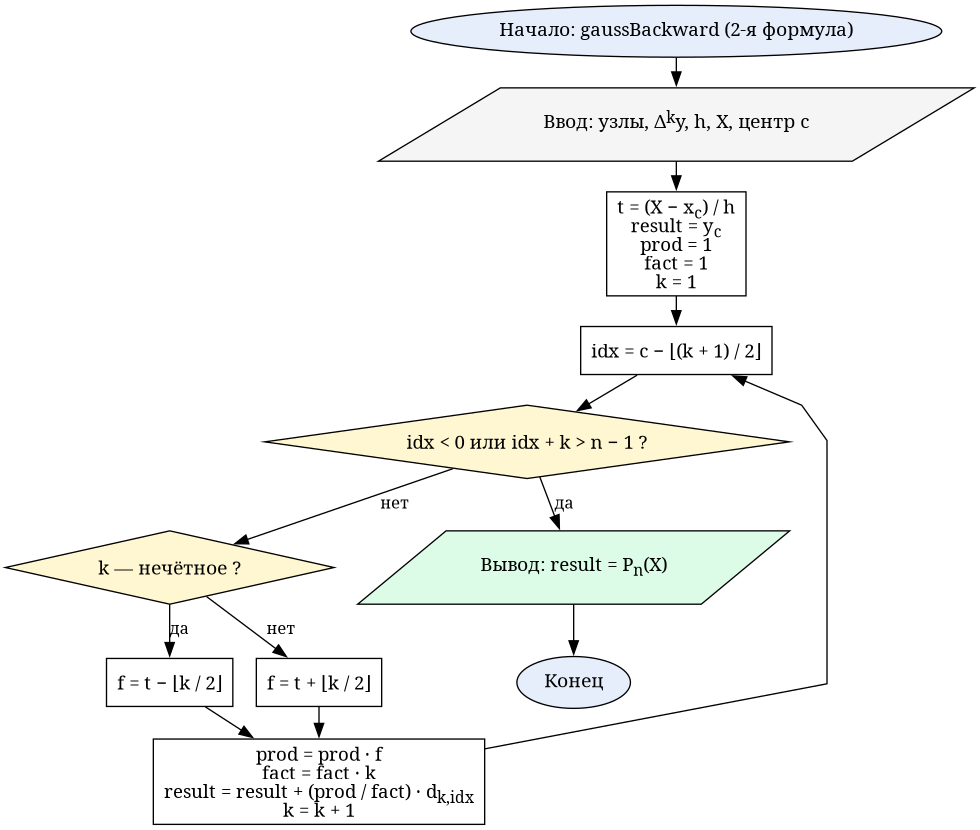
Oriptal/calc-math-lab2 keeps this Graphviz diagram as reports/resources/flowcharts/lab5_gauss2.png. Above is the earlier version. Its source is kept beside it as reports/resources/flowcharts/lab5_gauss2.dot.
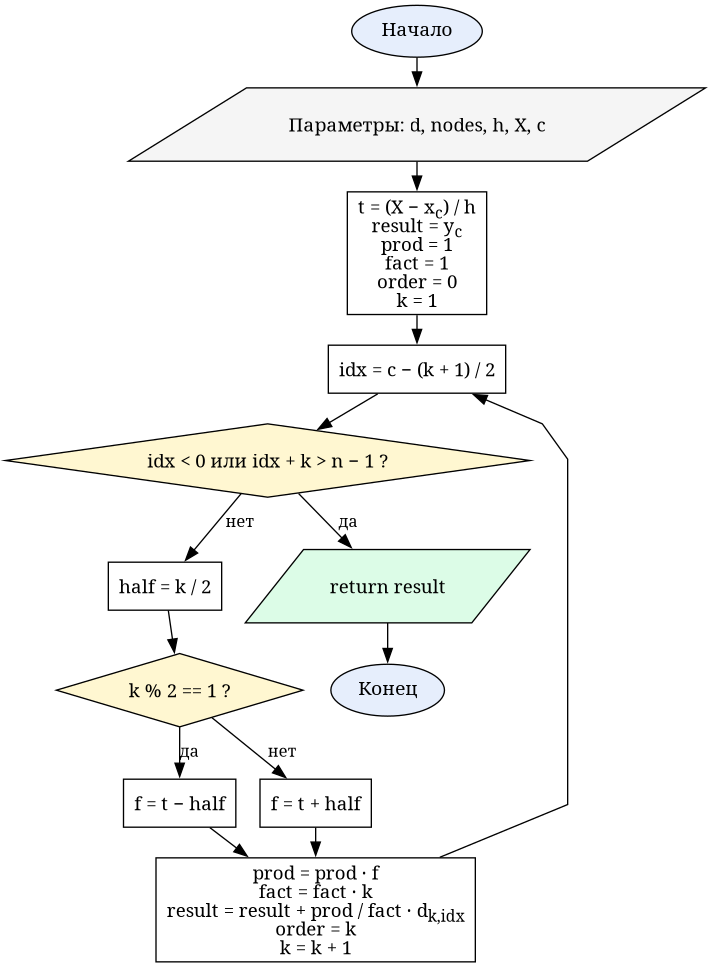
Above is the later version.

What changed in the source:
```diff
@@ -3,22 +3,24 @@
   node  [fontname="CMU Serif", fontsize=14, style="filled", fillcolor="#ffffff", color="#000000"]
   edge  [fontname="CMU Serif", fontsize=12, color="#000000"]
 
-  start  [label="Начало: gaussBackward (2-я формула)", shape=oval, fillcolor="#e6eefc"]
-  input  [label=<Ввод: узлы, Δ<SUP>k</SUP>y, h, X, центр c>, shape=parallelogram, fillcolor="#f5f5f5"]
-  init   [label=<t = (X − x<SUB>c</SUB>) / h<BR/>result = y<SUB>c</SUB><BR/>prod = 1<BR/>fact = 1<BR/>k = 1>, shape=box]
-  idx    [label=<idx = c − ⌊(k + 1) / 2⌋>, shape=box]
+  start  [label="Начало", shape=oval, fillcolor="#e6eefc"]
+  input  [label=<Параметры: d, nodes, h, X, c>, shape=parallelogram, fillcolor="#f5f5f5"]
+  init   [label=<t = (X − x<SUB>c</SUB>) / h<BR/>result = y<SUB>c</SUB><BR/>prod = 1<BR/>fact = 1<BR/>order = 0<BR/>k = 1>, shape=box]
+  idx    [label=<idx = c − (k + 1) / 2>, shape=box]
   chka   [label=<idx &lt; 0 или idx + k &gt; n − 1 ?>, shape=diamond, fillcolor="#fff7d1"]
-  par    [label=<k — нечётное ?>, shape=diamond, fillcolor="#fff7d1"]
-  fodd   [label=<f = t − ⌊k / 2⌋>, shape=box]
-  feven  [label=<f = t + ⌊k / 2⌋>, shape=box]
-  acc    [label=<prod = prod · f<BR/>fact = fact · k<BR/>result = result + (prod / fact) · d<SUB>k,idx</SUB><BR/>k = k + 1>, shape=box]
-  output [label=<Вывод: result = P<SUB>n</SUB>(X)>, shape=parallelogram, fillcolor="#dcfce7"]
+  half   [label=<half = k / 2>, shape=box]
+  par    [label=<k % 2 == 1 ?>, shape=diamond, fillcolor="#fff7d1"]
+  fodd   [label=<f = t − half>, shape=box]
+  feven  [label=<f = t + half>, shape=box]
+  acc    [label=<prod = prod · f<BR/>fact = fact · k<BR/>result = result + prod / fact · d<SUB>k,idx</SUB><BR/>order = k<BR/>k = k + 1>, shape=box]
+  output [label=<return result>, shape=parallelogram, fillcolor="#dcfce7"]
   stop   [label="Конец", shape=oval, fillcolor="#e6eefc"]
 
   start -> input -> init -> idx
   idx -> chka
   chka -> output [label="да"]
-  chka -> par [label="нет"]
+  chka -> half [label="нет"]
+  half -> par
   par -> fodd [label="да"]
   par -> feven [label="нет"]
   fodd -> acc
```
